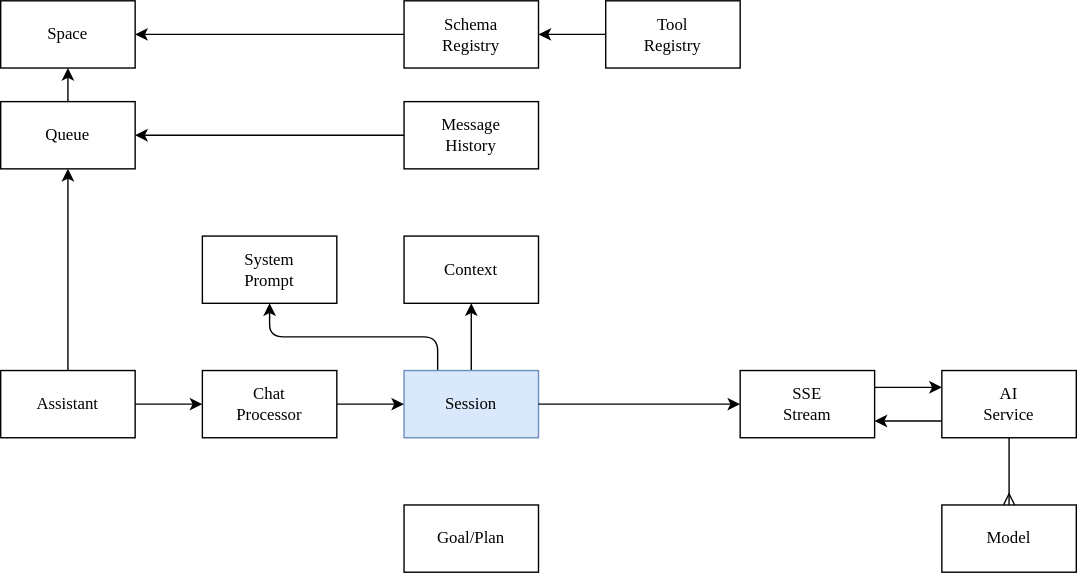
Before: packages/experimental/assistant/docs/assistant.drawio.svg, a diagram exported from draw.io (dxos/dxos). Source tidied: cells renumbered, new cells last; positions are measured from the earlier drawing's top-left corner, leaving out a move shared by most shapes.
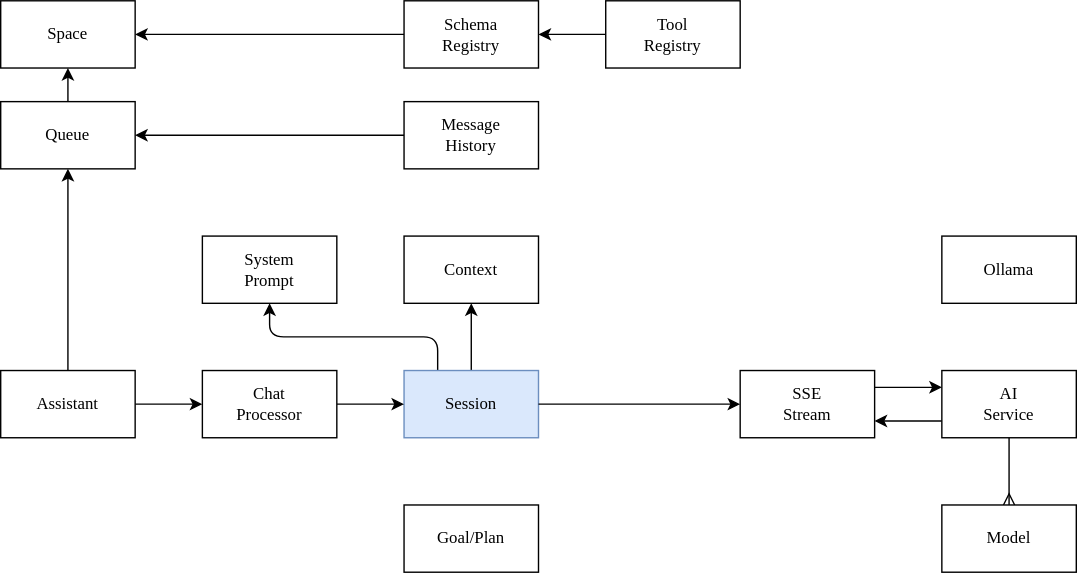
The same file after the commit.

Change to the diagram source:
```diff
@@ -88,5 +88,8 @@
     <mxCell id="28" value="Model" style="rounded=0;whiteSpace=wrap;html=1;fontFamily=raleway;fontSource=https%3A%2F%2Ffonts.googleapis.com%2Fcss%3Ffamily%3Draleway;" parent="1" vertex="1">
       <mxGeometry x="672" y="360" width="96" height="48" as="geometry" />
     </mxCell>
+    <mxCell id="29" value="Ollama" style="rounded=0;whiteSpace=wrap;html=1;fontFamily=raleway;fontSource=https%3A%2F%2Ffonts.googleapis.com%2Fcss%3Ffamily%3Draleway;" parent="1" vertex="1">
+      <mxGeometry x="672" y="168" width="96" height="48" as="geometry" />
+    </mxCell>
   </root>
 </mxGraphModel>
```
